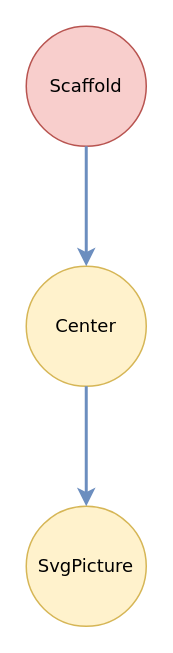
Before: .drawio/Splash.drawio in ukayaj620/covidfo, a draw.io diagram. Source tidied: cells renumbered, new cells numbered last; positions are measured from the earlier drawing's top-left corner, leaving out a move shared by most shapes. Both pictures are drawn from the tidied source at 150%, with x=0, y=0 at pixel (26, 26).
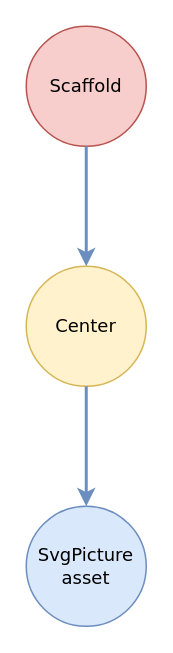
The same diagram, later.

The edit, as a diff of the source:
```diff
@@
 <mxGraphModel>
   <root>
     <mxCell id="0" />
     <mxCell id="1" parent="0" />
     <mxCell id="2" value="Scaffold" style="ellipse;whiteSpace=wrap;html=1;fontFamily=Verdana;fillColor=#f8cecc;strokeColor=#b85450;" parent="1" vertex="1">
       <mxGeometry width="80" height="80" as="geometry" />
     </mxCell>
     <mxCell id="3" value="&lt;div&gt;Center&lt;/div&gt;" style="ellipse;whiteSpace=wrap;html=1;fontFamily=Verdana;fillColor=#fff2cc;strokeColor=#d6b656;" parent="1" vertex="1">
       <mxGeometry y="160" width="80" height="80" as="geometry" />
     </mxCell>
-    <mxCell id="4" value="SvgPicture" style="ellipse;whiteSpace=wrap;html=1;fontFamily=Verdana;fillColor=#fff2cc;strokeColor=#d6b656;" parent="1" vertex="1">
+    <mxCell id="4" value="&lt;div&gt;SvgPicture&lt;/div&gt;asset" style="ellipse;whiteSpace=wrap;html=1;fontFamily=Verdana;fillColor=#dae8fc;strokeColor=#6c8ebf;" parent="1" vertex="1">
       <mxGeometry y="320" width="80" height="80" as="geometry" />
     </mxCell>
     <mxCell id="5" style="endArrow=classic;html=1;fontFamily=Verdana;exitX=0.5;exitY=1;exitDx=0;exitDy=0;entryX=0.5;entryY=0;entryDx=0;entryDy=0;strokeWidth=2;fillColor=#dae8fc;strokeColor=#6c8ebf;" parent="1" edge="1" source="2" target="3">
       <mxGeometry relative="1" as="geometry" />
     </mxCell>
     <mxCell id="6" style="endArrow=classic;html=1;strokeWidth=2;fontFamily=Verdana;exitX=0.5;exitY=1;exitDx=0;exitDy=0;entryX=0.5;entryY=0;entryDx=0;entryDy=0;fillColor=#dae8fc;strokeColor=#6c8ebf;" parent="1" edge="1" source="3" target="4">
       <mxGeometry relative="1" as="geometry" />
     </mxCell>
   </root>
 </mxGraphModel>
```
